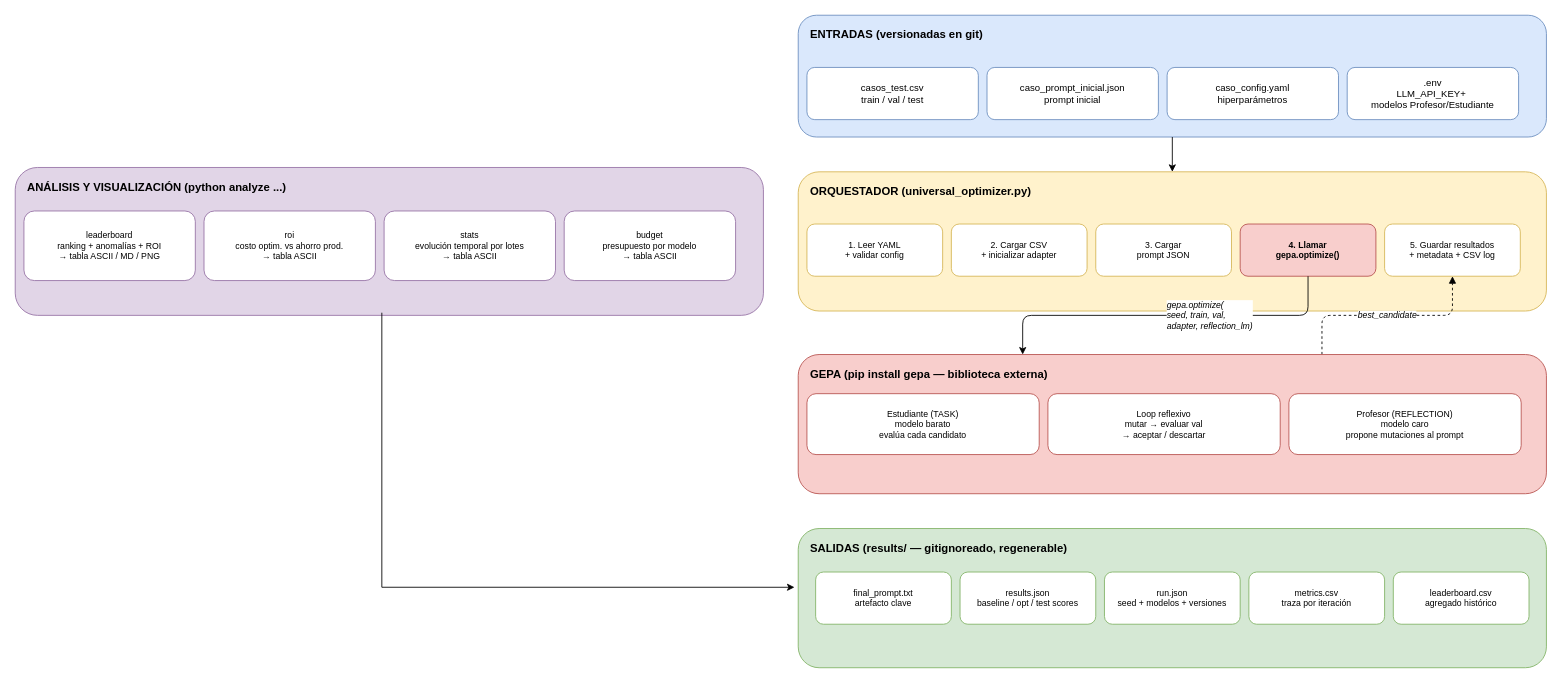
mberliner/reflexio keeps this draw.io diagram as gepa_standalone/docs/architecture.drawio. Above is the earlier version. Source tidied: cells renumbered, new cells numbered last; positions are measured from the earlier drawing's top-left corner, leaving out a move shared by most shapes. Both pictures are drawn from the tidied source at 87%, with x=0, y=0 at pixel (15, 15).
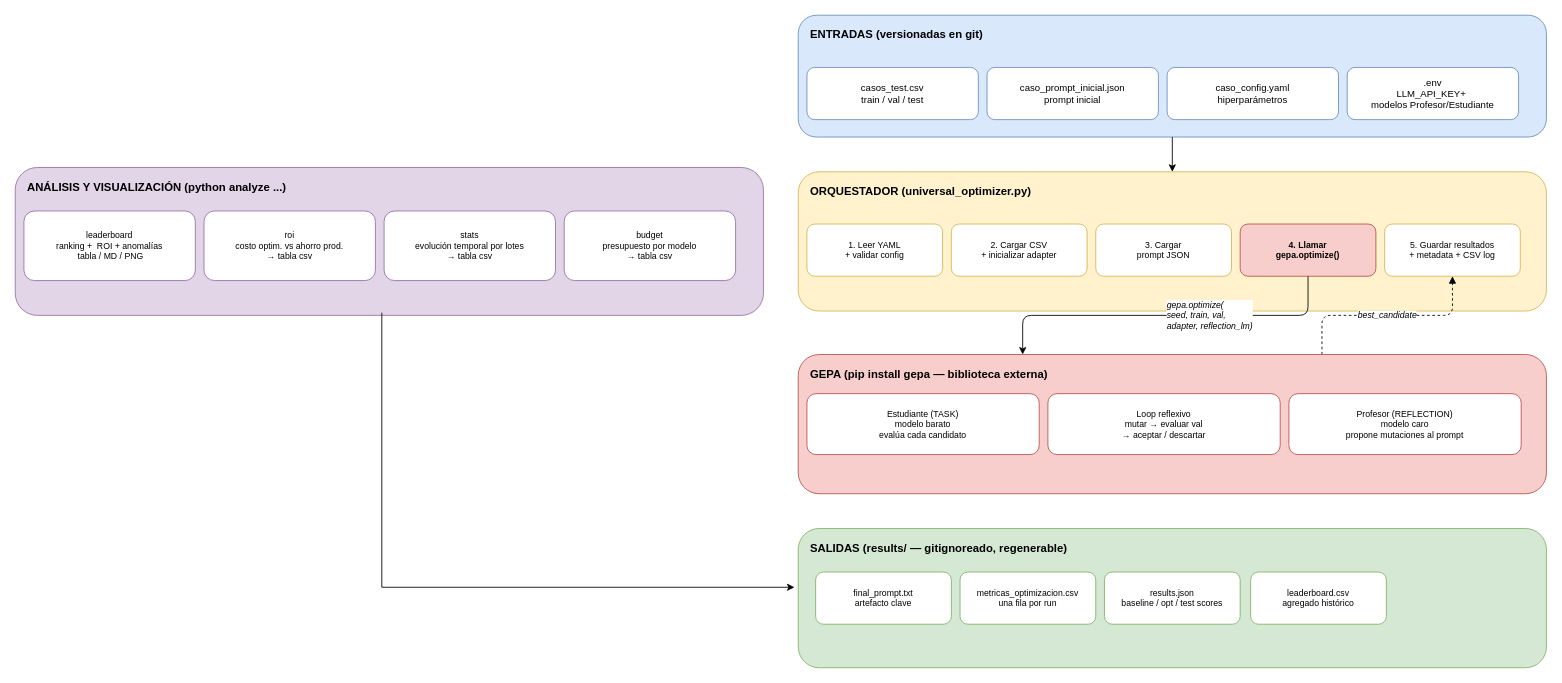
The same page after the edit.

Commit message (it also covers changes not shown here):
docs(gepa): actualizar diagrama de arquitectura con utilidades de analisis

Change to the diagram source:
```diff
@@
     <mxCell id="22" value="results.json&#10;baseline / opt / test scores" style="rounded=1;fillColor=#ffffff;strokeColor=#82b366;fontSize=10;align=center;" parent="1" vertex="1">
-      <mxGeometry x="1086" y="640" width="156" height="60" as="geometry" />
+      <mxGeometry x="1252" y="640" width="156" height="60" as="geometry" />
     </mxCell>
-    <mxCell id="23" value="run.json&#10;seed + modelos + versiones" style="rounded=1;fillColor=#ffffff;strokeColor=#82b366;fontSize=10;align=center;" parent="1" vertex="1">
-      <mxGeometry x="1252" y="640" width="156" height="60" as="geometry" />
-    </mxCell>
-    <mxCell id="24" value="metrics.csv&#10;traza por iteración" style="rounded=1;fillColor=#ffffff;strokeColor=#82b366;fontSize=10;align=center;" parent="1" vertex="1">
-      <mxGeometry x="1418" y="640" width="156" height="60" as="geometry" />
+    <mxCell id="24" value="metricas_optimizacion.csv&#10;una fila por run" style="rounded=1;fillColor=#ffffff;strokeColor=#82b366;fontSize=10;align=center;" parent="1" vertex="1">
+      <mxGeometry x="1086" y="640" width="156" height="60" as="geometry" />
     </mxCell>
     <mxCell id="25" value="leaderboard.csv&#10;agregado histórico" style="rounded=1;fillColor=#ffffff;strokeColor=#82b366;fontSize=10;align=center;" parent="1" vertex="1">
-      <mxGeometry x="1584" y="640" width="156" height="60" as="geometry" />
+      <mxGeometry x="1420" y="640" width="156" height="60" as="geometry" />
     </mxCell>
@@
-    <mxCell id="27" value="leaderboard&#10;ranking + anomalías + ROI&#10;→ tabla ASCII / MD / PNG" style="rounded=1;fillColor=#ffffff;strokeColor=#9673a6;fontSize=10;align=center;" parent="1" vertex="1">
+    <mxCell id="27" value="leaderboard&#10;ranking +  ROI + anomalías&#10; tabla / MD / PNG" style="rounded=1;fillColor=#ffffff;strokeColor=#9673a6;fontSize=10;align=center;" parent="1" vertex="1">
       <mxGeometry x="10" y="225" width="197" height="80" as="geometry" />
     </mxCell>
-    <mxCell id="28" value="roi&#10;costo optim. vs ahorro prod.&#10;→ tabla ASCII" style="rounded=1;fillColor=#ffffff;strokeColor=#9673a6;fontSize=10;align=center;" parent="1" vertex="1">
+    <mxCell id="28" value="roi&#10;costo optim. vs ahorro prod.&#10;→ tabla csv" style="rounded=1;fillColor=#ffffff;strokeColor=#9673a6;fontSize=10;align=center;" parent="1" vertex="1">
       <mxGeometry x="217" y="225" width="197" height="80" as="geometry" />
     </mxCell>
-    <mxCell id="29" value="stats&#10;evolución temporal por lotes&#10;→ tabla ASCII" style="rounded=1;fillColor=#ffffff;strokeColor=#9673a6;fontSize=10;align=center;" parent="1" vertex="1">
+    <mxCell id="29" value="stats&#10;evolución temporal por lotes&#10;→ tabla csv" style="rounded=1;fillColor=#ffffff;strokeColor=#9673a6;fontSize=10;align=center;" parent="1" vertex="1">
       <mxGeometry x="424" y="225" width="197" height="80" as="geometry" />
     </mxCell>
-    <mxCell id="30" value="budget&#10;presupuesto por modelo&#10;→ tabla ASCII" style="rounded=1;fillColor=#ffffff;strokeColor=#9673a6;fontSize=10;align=center;" parent="1" vertex="1">
+    <mxCell id="30" value="budget&#10;presupuesto por modelo&#10;→ tabla csv" style="rounded=1;fillColor=#ffffff;strokeColor=#9673a6;fontSize=10;align=center;" parent="1" vertex="1">
       <mxGeometry x="631" y="225" width="197" height="80" as="geometry" />
     </mxCell>
```
